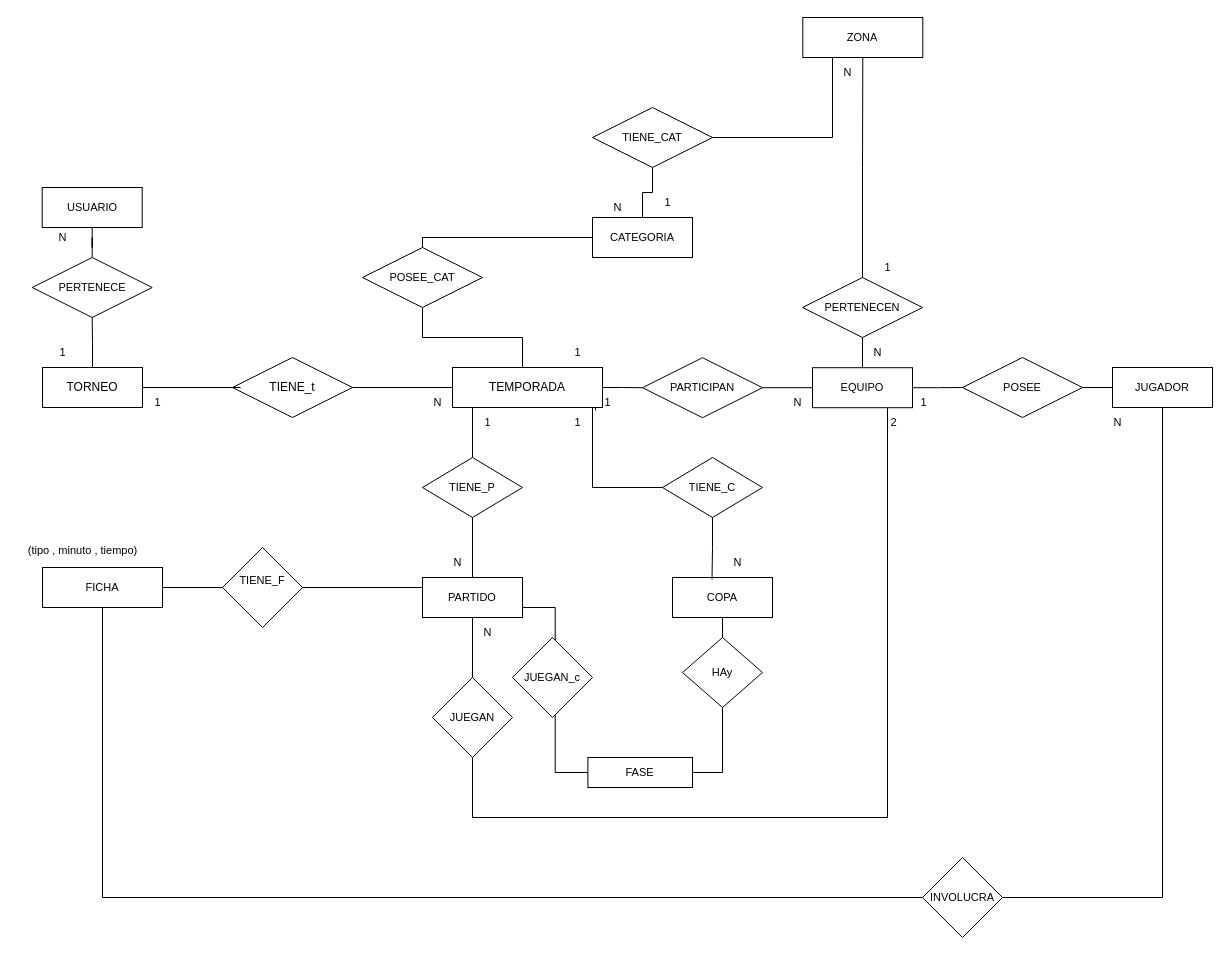
Earlier version of the draw.io diagram modelo-entidad-relacion.drawio (FranceFalci/api-tournamrnt). Source tidied: cells renumbered, new cells numbered last; positions are measured from the earlier drawing's top-left corner, leaving out a move shared by most shapes. Both pictures are drawn from the tidied source at 100%, with x=0, y=0 at pixel (17, 17).
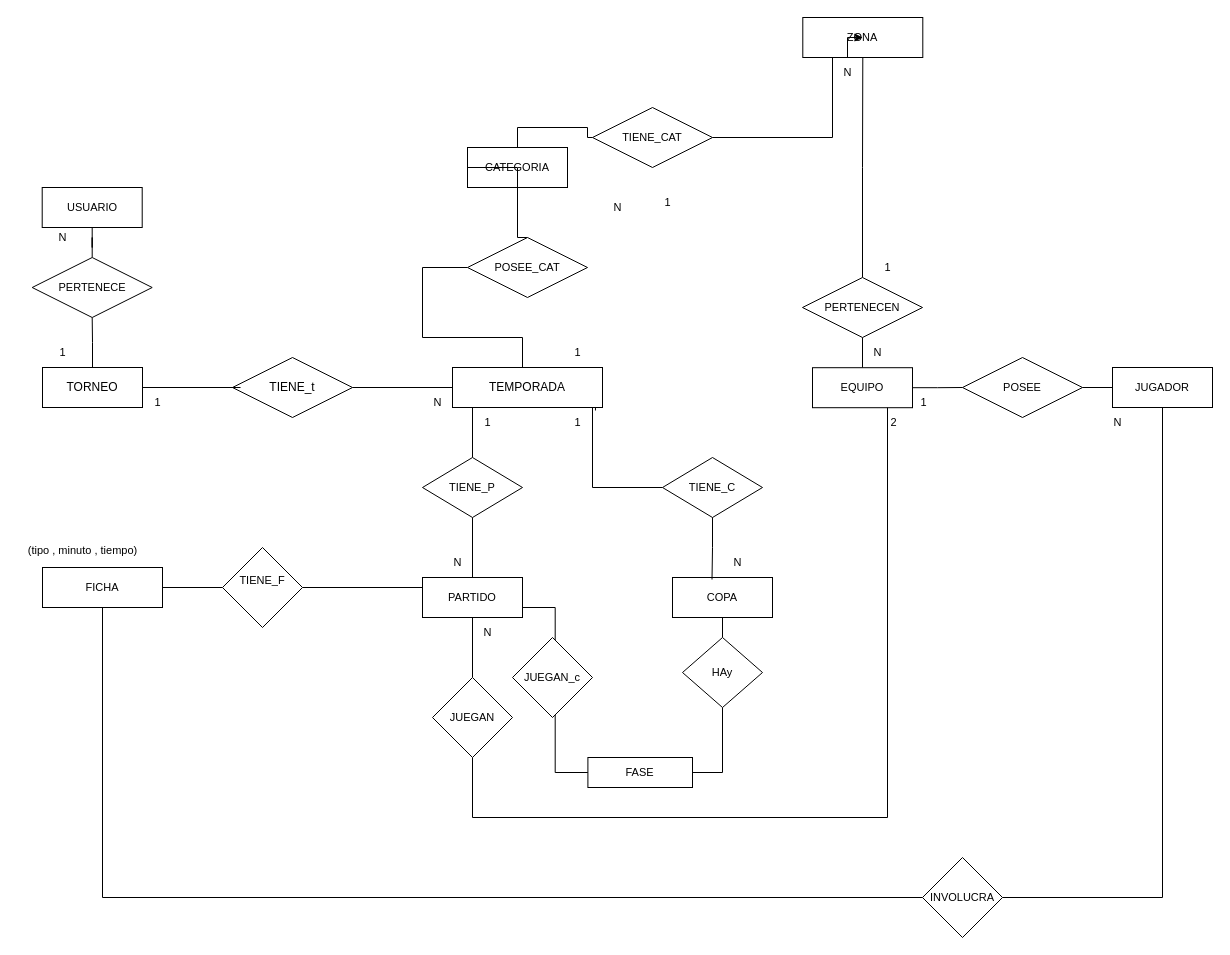
The same page after the edit.

Unchanged cells that the change refers to:
```xml
<mxCell id="10" value="TEMPORADA" style="whiteSpace=wrap;html=1;align=center;" parent="1" vertex="1">
  <mxGeometry x="435" y="350" width="150" height="40" as="geometry" />
</mxCell>
<mxCell id="26" value="EQUIPO" style="whiteSpace=wrap;html=1;align=center;fontFamily=Helvetica;fontSize=11;fontColor=default;labelBackgroundColor=default;" parent="1" vertex="1">
  <mxGeometry x="795" y="350.2" width="100" height="40" as="geometry" />
</mxCell>
<mxCell id="36" value="ZONA" style="whiteSpace=wrap;html=1;fontSize=11;labelBackgroundColor=default;" parent="1" vertex="1">
  <mxGeometry x="785.3" width="120" height="40" as="geometry" />
</mxCell>
<mxCell id="55" value="N" style="text;html=1;align=center;verticalAlign=middle;points=[];fillColor=none;fontFamily=Helvetica;fontSize=11;labelBackgroundColor=default;" parent="1" vertex="1">
  <mxGeometry x="815" y="40" width="30" height="30" as="geometry" />
</mxCell>
```

Change to the diagram source:
```diff
@@
-    <mxCell id="9" style="edgeStyle=orthogonalEdgeStyle;rounded=0;jettySize=auto;html=1;exitX=1;exitY=0.5;exitDx=0;exitDy=0;strokeColor=default;align=center;verticalAlign=middle;fontFamily=Helvetica;fontSize=11;fontColor=default;labelBackgroundColor=default;endArrow=none;endFill=0;" parent="1" edge="1" source="10" target="23">
-      <mxGeometry relative="1" as="geometry" />
-    </mxCell>
@@
-    <mxCell id="22" style="edgeStyle=orthogonalEdgeStyle;rounded=0;jettySize=auto;html=1;strokeColor=default;align=center;verticalAlign=middle;fontFamily=Helvetica;fontSize=11;fontColor=default;labelBackgroundColor=default;endArrow=none;endFill=0;" parent="1" edge="1" source="23" target="26">
-      <mxGeometry relative="1" as="geometry" />
-    </mxCell>
-    <mxCell id="23" value="PARTICIPAN" style="shape=rhombus;perimeter=rhombusPerimeter;whiteSpace=wrap;html=1;align=center;fontFamily=Helvetica;fontSize=11;fontColor=default;labelBackgroundColor=default;" parent="1" vertex="1">
-      <mxGeometry x="625" y="340.2" width="120" height="60" as="geometry" />
-    </mxCell>
@@
     <mxCell id="33" value="CATEGORIA" style="whiteSpace=wrap;html=1;align=center;fontFamily=Helvetica;fontSize=11;fontColor=default;labelBackgroundColor=default;" parent="1" vertex="1">
-      <mxGeometry x="575" y="200" width="100" height="40" as="geometry" />
+      <mxGeometry x="450" y="130" width="100" height="40" as="geometry" />
     </mxCell>
@@
     <mxCell id="40" style="edgeStyle=orthogonalEdgeStyle;rounded=0;jettySize=auto;html=1;exitX=0.5;exitY=0;exitDx=0;exitDy=0;strokeColor=default;align=center;verticalAlign=middle;fontFamily=Helvetica;fontSize=11;fontColor=default;labelBackgroundColor=default;endArrow=none;endFill=0;entryX=0;entryY=0.5;entryDx=0;entryDy=0;" parent="1" edge="1" source="41" target="33">
       <mxGeometry relative="1" as="geometry">
         <Array as="points">
-          <mxPoint x="405" y="220" />
+          <mxPoint x="500" y="220" />
+          <mxPoint x="500" y="150" />
         </Array>
       </mxGeometry>
     </mxCell>
     <mxCell id="41" value="POSEE_CAT" style="shape=rhombus;perimeter=rhombusPerimeter;whiteSpace=wrap;html=1;align=center;fontFamily=Helvetica;fontSize=11;fontColor=default;labelBackgroundColor=default;" parent="1" vertex="1">
-      <mxGeometry x="345" y="230" width="120" height="60" as="geometry" />
+      <mxGeometry x="450" y="220" width="120" height="60" as="geometry" />
     </mxCell>
@@
-    <mxCell id="48" value="N" style="text;html=1;align=center;verticalAlign=middle;fillColor=none;fontFamily=Helvetica;fontSize=11;labelBackgroundColor=default;" parent="1" vertex="1">
-      <mxGeometry x="765" y="370" width="30" height="30" as="geometry" />
-    </mxCell>
-    <mxCell id="49" value="1" style="text;html=1;align=center;verticalAlign=middle;strokeColor=none;fillColor=none;fontFamily=Helvetica;fontSize=11;fontColor=default;labelBackgroundColor=default;" parent="1" vertex="1">
-      <mxGeometry x="575" y="370.2" width="30" height="30" as="geometry" />
-    </mxCell>
@@
+    <mxCell id="76" style="edgeStyle=orthogonalEdgeStyle;rounded=0;jettySize=auto;html=1;" parent="1" edge="1" source="55" target="36">
+      <mxGeometry relative="1" as="geometry" />
+    </mxCell>
```
